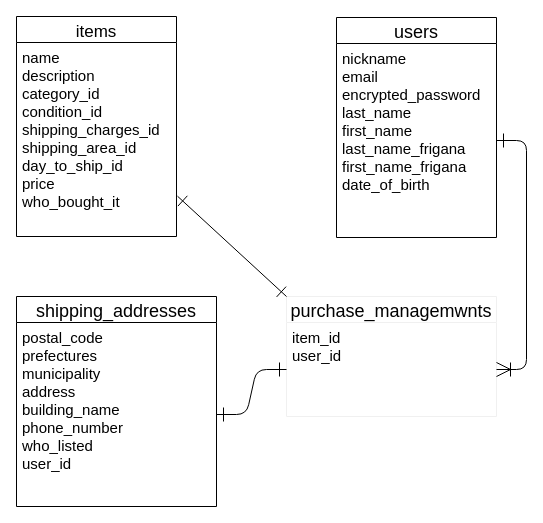
Before: test.dio in kazupin0930/furima-34016, a draw.io diagram. Source tidied: cells renumbered, new cells numbered last; positions are measured from the earlier drawing's top-left corner, leaving out a move shared by most shapes. Both pictures are drawn from the tidied source at 100%, with x=0, y=0 at pixel (16, 16).
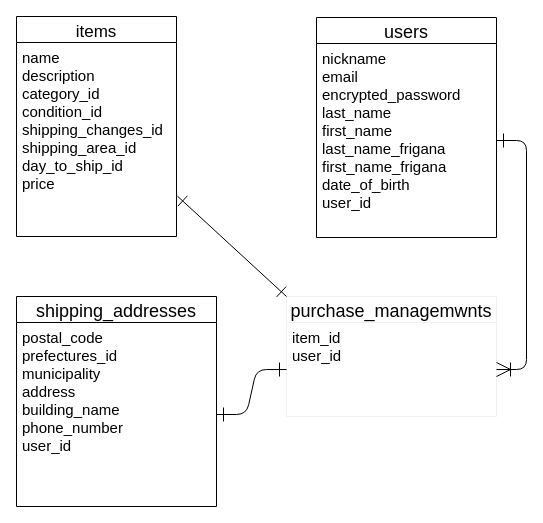
The same page after the edit.

What changed in the source:
```diff
@@
 <mxGraphModel>
   <root>
     <mxCell id="0" />
     <mxCell id="1" parent="0" />
     <mxCell id="2" style="edgeStyle=orthogonalEdgeStyle;orthogonalLoop=1;jettySize=auto;html=1;exitX=0.5;exitY=1;exitDx=0;exitDy=0;" parent="1" edge="1">
       <mxGeometry relative="1" as="geometry">
         <mxPoint x="910" y="460" as="sourcePoint" />
         <mxPoint x="910" y="460" as="targetPoint" />
       </mxGeometry>
     </mxCell>
     <mxCell id="3" value="purchase_managemwnts" style="swimlane;fontStyle=0;horizontal=1;startSize=26;align=center;fontSize=18;strokeColor=#F0F0F0;" parent="1" vertex="1">
       <mxGeometry x="270" y="280" width="210" height="120" as="geometry" />
     </mxCell>
     <mxCell id="4" value="item_id&#10;user_id" style="text;strokeColor=none;fillColor=none;spacingLeft=4;spacingRight=4;overflow=hidden;points=[[0,0.5],[1,0.5]];portConstraint=eastwest;fontSize=15;" parent="3" vertex="1">
       <mxGeometry y="26" width="210" height="94" as="geometry" />
     </mxCell>
     <mxCell id="5" value="users" style="swimlane;fontStyle=0;horizontal=1;startSize=26;align=center;fontSize=18;" parent="1" vertex="1">
-      <mxGeometry x="320" y="1" width="160" height="220" as="geometry" />
+      <mxGeometry x="300" y="1" width="180" height="220" as="geometry" />
     </mxCell>
-    <mxCell id="6" value="nickname&#10;email&#10;encrypted_password&#10;last_name&#10;first_name&#10;last_name_frigana&#10;first_name_frigana&#10;date_of_birth" style="text;strokeColor=none;fillColor=none;spacingLeft=4;spacingRight=4;overflow=hidden;points=[[0,0.5],[1,0.5]];portConstraint=eastwest;fontSize=15;" parent="5" vertex="1">
-      <mxGeometry y="26" width="160" height="194" as="geometry" />
+    <mxCell id="6" value="nickname&#10;email&#10;encrypted_password&#10;last_name&#10;first_name&#10;last_name_frigana&#10;first_name_frigana&#10;date_of_birth&#10;user_id" style="text;strokeColor=none;fillColor=none;spacingLeft=4;spacingRight=4;overflow=hidden;points=[[0,0.5],[1,0.5]];portConstraint=eastwest;fontSize=15;" parent="5" vertex="1">
+      <mxGeometry y="26" width="180" height="194" as="geometry" />
     </mxCell>
     <mxCell id="7" value="shipping_addresses" style="swimlane;fontStyle=0;horizontal=1;startSize=26;align=center;fontSize=18;" parent="1" vertex="1">
       <mxGeometry y="280" width="200" height="210" as="geometry" />
     </mxCell>
-    <mxCell id="8" value="postal_code&#10;prefectures&#10;municipality&#10;address&#10;building_name&#10;phone_number&#10;who_listed&#10;user_id" style="text;strokeColor=none;fillColor=none;spacingLeft=4;spacingRight=4;overflow=hidden;points=[[0,0.5],[1,0.5]];portConstraint=eastwest;fontSize=15;" parent="7" vertex="1">
+    <mxCell id="8" value="postal_code&#10;prefectures_id&#10;municipality&#10;address&#10;building_name&#10;phone_number&#10;user_id" style="text;strokeColor=none;fillColor=none;spacingLeft=4;spacingRight=4;overflow=hidden;points=[[0,0.5],[1,0.5]];portConstraint=eastwest;fontSize=15;" parent="7" vertex="1">
       <mxGeometry y="26" width="200" height="184" as="geometry" />
     </mxCell>
     <mxCell id="9" style="edgeStyle=entityRelationEdgeStyle;fontSize=12;html=1;endArrow=ERone;startArrow=ERoneToMany;strokeWidth=1;endSize=12;startSize=12;entryX=1;entryY=0.5;entryDx=0;entryDy=0;exitX=1;exitY=0.5;exitDx=0;exitDy=0;startFill=0;endFill=0;" parent="1" edge="1" source="4" target="6">
       <mxGeometry relative="1" as="geometry" />
     </mxCell>
     <mxCell id="10" style="fontSize=12;html=1;endArrow=ERone;startArrow=ERone;strokeWidth=1;entryX=0;entryY=0;entryDx=0;entryDy=0;exitX=1.006;exitY=0.808;exitDx=0;exitDy=0;exitPerimeter=0;endSize=12;startSize=12;startFill=0;endFill=0;" parent="1" edge="1" target="3">
       <mxGeometry relative="1" as="geometry">
         <mxPoint x="161" y="179.7" as="sourcePoint" />
       </mxGeometry>
     </mxCell>
     <mxCell id="11" style="edgeStyle=entityRelationEdgeStyle;fontSize=12;html=1;endArrow=ERone;startArrow=ERone;strokeWidth=1;entryX=0;entryY=0.5;entryDx=0;entryDy=0;exitX=1;exitY=0.5;exitDx=0;exitDy=0;endSize=12;startSize=12;startFill=0;endFill=0;" parent="1" edge="1" source="8" target="4">
       <mxGeometry relative="1" as="geometry" />
     </mxCell>
     <mxCell id="12" value="items" style="swimlane;fontStyle=0;horizontal=1;startSize=26;align=center;fontSize=17;" parent="1" vertex="1">
       <mxGeometry width="160" height="220" as="geometry" />
     </mxCell>
-    <mxCell id="13" value="name&#10;description&#10;category_id&#10;condition_id&#10;shipping_charges_id&#10;shipping_area_id&#10;day_to_ship_id&#10;price&#10;who_bought_it" style="text;strokeColor=none;fillColor=none;spacingLeft=4;spacingRight=4;overflow=hidden;fontSize=15;verticalAlign=top;" parent="12" vertex="1">
+    <mxCell id="13" value="name&#10;description&#10;category_id&#10;condition_id&#10;shipping_changes_id&#10;shipping_area_id&#10;day_to_ship_id&#10;price" style="text;strokeColor=none;fillColor=none;spacingLeft=4;spacingRight=4;overflow=hidden;fontSize=15;verticalAlign=top;" parent="12" vertex="1">
       <mxGeometry y="26" width="160" height="194" as="geometry" />
     </mxCell>
   </root>
 </mxGraphModel>
```
